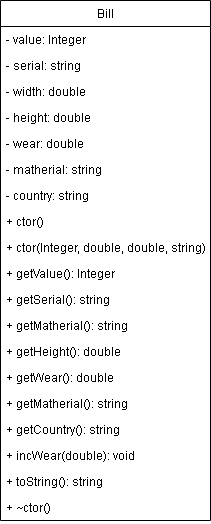
Above: Untitled Diagram.drawio.png in savvita/UML (draw.io), before the change. Source tidied: cells renumbered, new cells last; positions are measured from the earlier drawing's top-left corner, leaving out a move shared by most shapes.
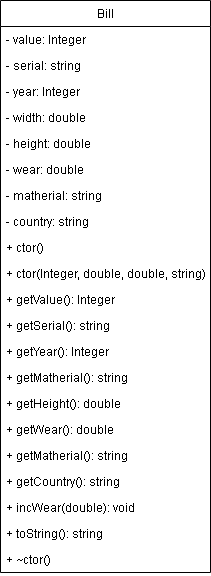
Above is the later version.

What changed in the source:
```diff
@@ -3,7 +3,7 @@
     <mxCell id="0" />
     <mxCell id="1" parent="0" />
     <mxCell id="2" value="Bill" style="swimlane;fontStyle=0;horizontal=1;startSize=26;fillColor=none;" parent="1" vertex="1">
-      <mxGeometry width="210" height="520" as="geometry" />
+      <mxGeometry width="210" height="572" as="geometry" />
     </mxCell>
     <mxCell id="3" value="- value: Integer" style="text;strokeColor=none;fillColor=none;align=left;verticalAlign=top;spacingLeft=4;spacingRight=4;overflow=hidden;" parent="2" vertex="1">
       <mxGeometry y="26" width="210" height="26" as="geometry" />
@@ -11,56 +11,62 @@
     <mxCell id="4" value="- serial: string" style="text;strokeColor=none;fillColor=none;align=left;verticalAlign=top;spacingLeft=4;spacingRight=4;overflow=hidden;" parent="2" vertex="1">
       <mxGeometry y="52" width="210" height="26" as="geometry" />
     </mxCell>
+    <mxCell id="22" value="- year: Integer" style="text;strokeColor=none;fillColor=none;align=left;verticalAlign=top;spacingLeft=4;spacingRight=4;overflow=hidden;" parent="2" vertex="1">
+      <mxGeometry y="78" width="210" height="26" as="geometry" />
+    </mxCell>
     <mxCell id="5" value="- width: double" style="text;strokeColor=none;fillColor=none;align=left;verticalAlign=top;spacingLeft=4;spacingRight=4;overflow=hidden;" parent="2" vertex="1">
-      <mxGeometry y="78" width="210" height="26" as="geometry" />
+      <mxGeometry y="104" width="210" height="26" as="geometry" />
     </mxCell>
     <mxCell id="6" value="- height: double" style="text;strokeColor=none;fillColor=none;align=left;verticalAlign=top;spacingLeft=4;spacingRight=4;overflow=hidden;" parent="2" vertex="1">
-      <mxGeometry y="104" width="210" height="26" as="geometry" />
+      <mxGeometry y="130" width="210" height="26" as="geometry" />
     </mxCell>
     <mxCell id="7" value="- wear: double" style="text;strokeColor=none;fillColor=none;align=left;verticalAlign=top;spacingLeft=4;spacingRight=4;overflow=hidden;" parent="2" vertex="1">
-      <mxGeometry y="130" width="210" height="26" as="geometry" />
+      <mxGeometry y="156" width="210" height="26" as="geometry" />
     </mxCell>
     <mxCell id="8" value="- matherial: string" style="text;strokeColor=none;fillColor=none;align=left;verticalAlign=top;spacingLeft=4;spacingRight=4;overflow=hidden;" parent="2" vertex="1">
-      <mxGeometry y="156" width="210" height="26" as="geometry" />
+      <mxGeometry y="182" width="210" height="26" as="geometry" />
     </mxCell>
     <mxCell id="9" value="- country: string" style="text;strokeColor=none;fillColor=none;align=left;verticalAlign=top;spacingLeft=4;spacingRight=4;overflow=hidden;" parent="2" vertex="1">
-      <mxGeometry y="182" width="210" height="26" as="geometry" />
+      <mxGeometry y="208" width="210" height="26" as="geometry" />
     </mxCell>
     <mxCell id="10" value="+ ctor()" style="text;strokeColor=none;fillColor=none;align=left;verticalAlign=top;spacingLeft=4;spacingRight=4;overflow=hidden;" parent="2" vertex="1">
-      <mxGeometry y="208" width="210" height="26" as="geometry" />
+      <mxGeometry y="234" width="210" height="26" as="geometry" />
     </mxCell>
     <mxCell id="11" value="+ ctor(Integer, double, double, string)" style="text;strokeColor=none;fillColor=none;align=left;verticalAlign=top;spacingLeft=4;spacingRight=4;overflow=hidden;" parent="2" vertex="1">
-      <mxGeometry y="234" width="210" height="26" as="geometry" />
+      <mxGeometry y="260" width="210" height="26" as="geometry" />
     </mxCell>
     <mxCell id="12" value="+ getValue(): Integer" style="text;strokeColor=none;fillColor=none;align=left;verticalAlign=top;spacingLeft=4;spacingRight=4;overflow=hidden;" parent="2" vertex="1">
-      <mxGeometry y="260" width="210" height="26" as="geometry" />
+      <mxGeometry y="286" width="210" height="26" as="geometry" />
     </mxCell>
     <mxCell id="13" value="+ getSerial(): string" style="text;strokeColor=none;fillColor=none;align=left;verticalAlign=top;spacingLeft=4;spacingRight=4;overflow=hidden;" parent="2" vertex="1">
-      <mxGeometry y="286" width="210" height="26" as="geometry" />
+      <mxGeometry y="312" width="210" height="26" as="geometry" />
     </mxCell>
+    <mxCell id="23" value="+ getYear(): Integer" style="text;strokeColor=none;fillColor=none;align=left;verticalAlign=top;spacingLeft=4;spacingRight=4;overflow=hidden;" parent="2" vertex="1">
+      <mxGeometry y="338" width="210" height="26" as="geometry" />
+    </mxCell>
     <mxCell id="14" value="+ getMatherial(): string" style="text;strokeColor=none;fillColor=none;align=left;verticalAlign=top;spacingLeft=4;spacingRight=4;overflow=hidden;" parent="2" vertex="1">
-      <mxGeometry y="312" width="210" height="26" as="geometry" />
+      <mxGeometry y="364" width="210" height="26" as="geometry" />
     </mxCell>
     <mxCell id="15" value="+ getHeight(): double" style="text;strokeColor=none;fillColor=none;align=left;verticalAlign=top;spacingLeft=4;spacingRight=4;overflow=hidden;" parent="2" vertex="1">
-      <mxGeometry y="338" width="210" height="26" as="geometry" />
+      <mxGeometry y="390" width="210" height="26" as="geometry" />
     </mxCell>
     <mxCell id="16" value="+ getWear(): double" style="text;strokeColor=none;fillColor=none;align=left;verticalAlign=top;spacingLeft=4;spacingRight=4;overflow=hidden;" parent="2" vertex="1">
-      <mxGeometry y="364" width="210" height="26" as="geometry" />
+      <mxGeometry y="416" width="210" height="26" as="geometry" />
     </mxCell>
     <mxCell id="17" value="+ getMatherial(): string" style="text;strokeColor=none;fillColor=none;align=left;verticalAlign=top;spacingLeft=4;spacingRight=4;overflow=hidden;" parent="2" vertex="1">
-      <mxGeometry y="390" width="210" height="26" as="geometry" />
+      <mxGeometry y="442" width="210" height="26" as="geometry" />
     </mxCell>
     <mxCell id="18" value="+ getCountry(): string" style="text;strokeColor=none;fillColor=none;align=left;verticalAlign=top;spacingLeft=4;spacingRight=4;overflow=hidden;" parent="2" vertex="1">
-      <mxGeometry y="416" width="210" height="26" as="geometry" />
+      <mxGeometry y="468" width="210" height="26" as="geometry" />
     </mxCell>
     <mxCell id="19" value="+ incWear(double): void" style="text;strokeColor=none;fillColor=none;align=left;verticalAlign=top;spacingLeft=4;spacingRight=4;overflow=hidden;" parent="2" vertex="1">
-      <mxGeometry y="442" width="210" height="26" as="geometry" />
+      <mxGeometry y="494" width="210" height="26" as="geometry" />
     </mxCell>
     <mxCell id="20" value="+ toString(): string" style="text;strokeColor=none;fillColor=none;align=left;verticalAlign=top;spacingLeft=4;spacingRight=4;overflow=hidden;" parent="2" vertex="1">
-      <mxGeometry y="468" width="210" height="26" as="geometry" />
+      <mxGeometry y="520" width="210" height="26" as="geometry" />
     </mxCell>
     <mxCell id="21" value="+ ~ctor()" style="text;strokeColor=none;fillColor=none;align=left;verticalAlign=top;spacingLeft=4;spacingRight=4;overflow=hidden;" parent="2" vertex="1">
-      <mxGeometry y="494" width="210" height="26" as="geometry" />
+      <mxGeometry y="546" width="210" height="26" as="geometry" />
     </mxCell>
   </root>
 </mxGraphModel>
```
